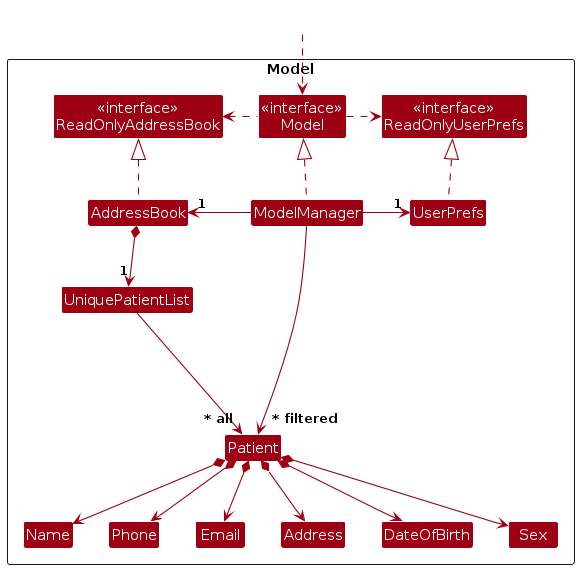
The PlantUML diagram diagrams/ModelClassDiagram.png in AY2324S2-CS2103T-T14-2/tp, before a commit. Its source is kept beside it as diagrams/ModelClassDiagram.puml.
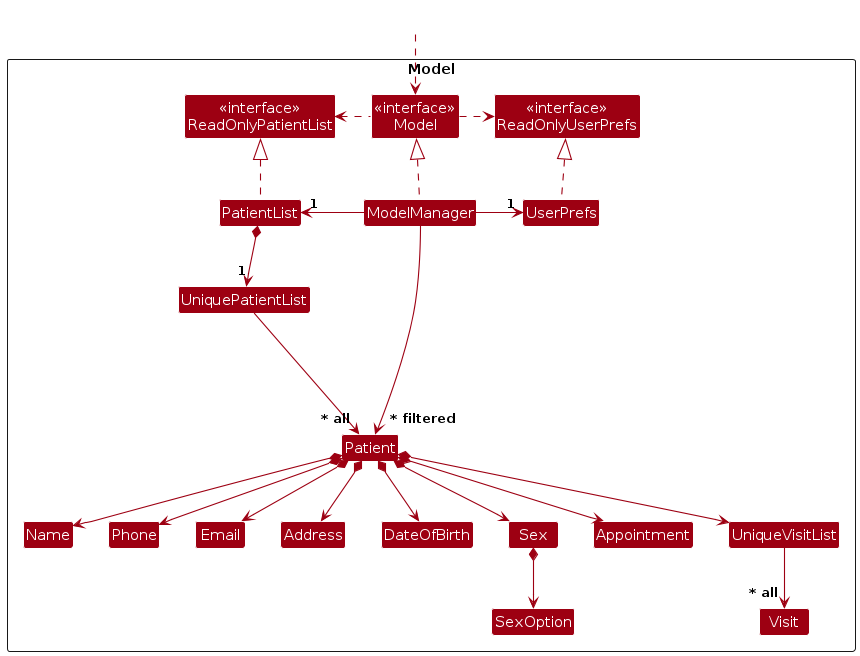
The same diagram one commit later.

The edit, as a diff of the source:
```diff
@@ -5,10 +5,10 @@
 skinparam classBackgroundColor MODEL_COLOR
 
 Package Model as ModelPackage <<Rectangle>>{
-Class "<<interface>>\nReadOnlyAddressBook" as ReadOnlyAddressBook
+Class "<<interface>>\nReadOnlyPatientList" as ReadOnlyPatientList
 Class "<<interface>>\nReadOnlyUserPrefs" as ReadOnlyUserPrefs
 Class "<<interface>>\nModel" as Model
-Class AddressBook
+Class PatientList
 Class ModelManager
 Class UserPrefs
 
@@ -20,6 +20,10 @@
 Class Phone
 Class DateOfBirth
 Class Sex
+Class Appointment
+Class UniqueVisitList
+Class SexOption
+Class Visit
 
 Class I #FFFFFF
 }
@@ -27,16 +31,16 @@
 Class HiddenOutside #FFFFFF
 HiddenOutside ..> Model
 
-AddressBook .up.|> ReadOnlyAddressBook
+PatientList .up.|> ReadOnlyPatientList
 
 ModelManager .up.|> Model
 Model .right.> ReadOnlyUserPrefs
-Model .left.> ReadOnlyAddressBook
-ModelManager -left-> "1" AddressBook
+Model .left.> ReadOnlyPatientList
+ModelManager -left-> "1" PatientList
 ModelManager -right-> "1" UserPrefs
 UserPrefs .up.|> ReadOnlyUserPrefs
 
-AddressBook *--> "1" UniquePatientList
+PatientList *--> "1" UniquePatientList
 UniquePatientList --> "~* all" Patient
 Patient *--> Name
 Patient *--> Phone
@@ -44,6 +48,11 @@
 Patient *--> Address
 Patient *--> DateOfBirth
 Patient *--> Sex
+Patient *--> Appointment
+Patient *--> UniqueVisitList
+
+Sex *--> SexOption
+UniqueVisitList --> "~* all" Visit
 
 Patient -[hidden]up--> I
 UniquePatientList -[hidden]right-> I
```
